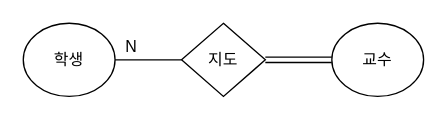
hunnypooh/drawio keeps this draw.io diagram as 학생-교수 피터첸 erd.drawio. Above is the earlier version. Source tidied: cells renumbered, new cells numbered last; positions are measured from the earlier drawing's top-left corner, leaving out a move shared by most shapes. Both pictures are drawn from the tidied source at 133%, with x=0, y=0 at pixel (23, 23).
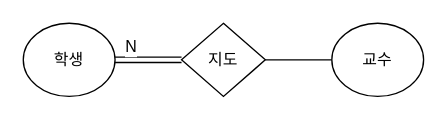
Above is the later version.

Commit message (it also covers changes not shown here):
학생-교수 피터첸 erd.drawio 업데이트

Change to the diagram source:
```diff
@@
 <mxGraphModel>
   <root>
     <mxCell id="0" />
     <mxCell id="1" parent="0" />
-    <mxCell id="2" style="edgeStyle=none;curved=1;rounded=0;jettySize=auto;html=1;fontSize=12;startSize=8;endSize=8;endArrow=none;startFill=0;" parent="1" edge="1" source="4" target="5">
+    <mxCell id="2" style="edgeStyle=none;curved=1;rounded=0;jettySize=auto;html=1;fontSize=12;endArrow=none;startFill=0;shape=link;" parent="1" edge="1" source="4" target="5">
       <mxGeometry relative="1" as="geometry" />
     </mxCell>
     <mxCell id="3" value="N" style="edgeLabel;html=1;align=center;verticalAlign=middle;fontSize=12;" parent="2" vertex="1">
       <mxGeometry x="-0.41" y="2" relative="1" as="geometry">
         <mxPoint x="-4" y="-8" as="offset" />
       </mxGeometry>
     </mxCell>
     <mxCell id="4" value="학생" style="ellipse;whiteSpace=wrap;html=1;" parent="1" vertex="1">
       <mxGeometry width="69" height="55" as="geometry" />
     </mxCell>
     <mxCell id="5" value="지도" style="rhombus;whiteSpace=wrap;html=1;" parent="1" vertex="1">
       <mxGeometry x="119" width="63" height="55" as="geometry" />
     </mxCell>
-    <mxCell id="6" style="edgeStyle=none;curved=1;rounded=0;jettySize=auto;html=1;fontSize=12;endArrow=none;startFill=0;shape=link;" parent="1" edge="1" source="7" target="5">
+    <mxCell id="6" style="edgeStyle=none;curved=1;rounded=0;jettySize=auto;html=1;fontSize=12;endArrow=none;startFill=0;" parent="1" edge="1" source="7" target="5">
       <mxGeometry relative="1" as="geometry" />
     </mxCell>
     <mxCell id="7" value="교수" style="ellipse;whiteSpace=wrap;html=1;" parent="1" vertex="1">
       <mxGeometry x="232" width="69" height="55" as="geometry" />
     </mxCell>
   </root>
 </mxGraphModel>
```
